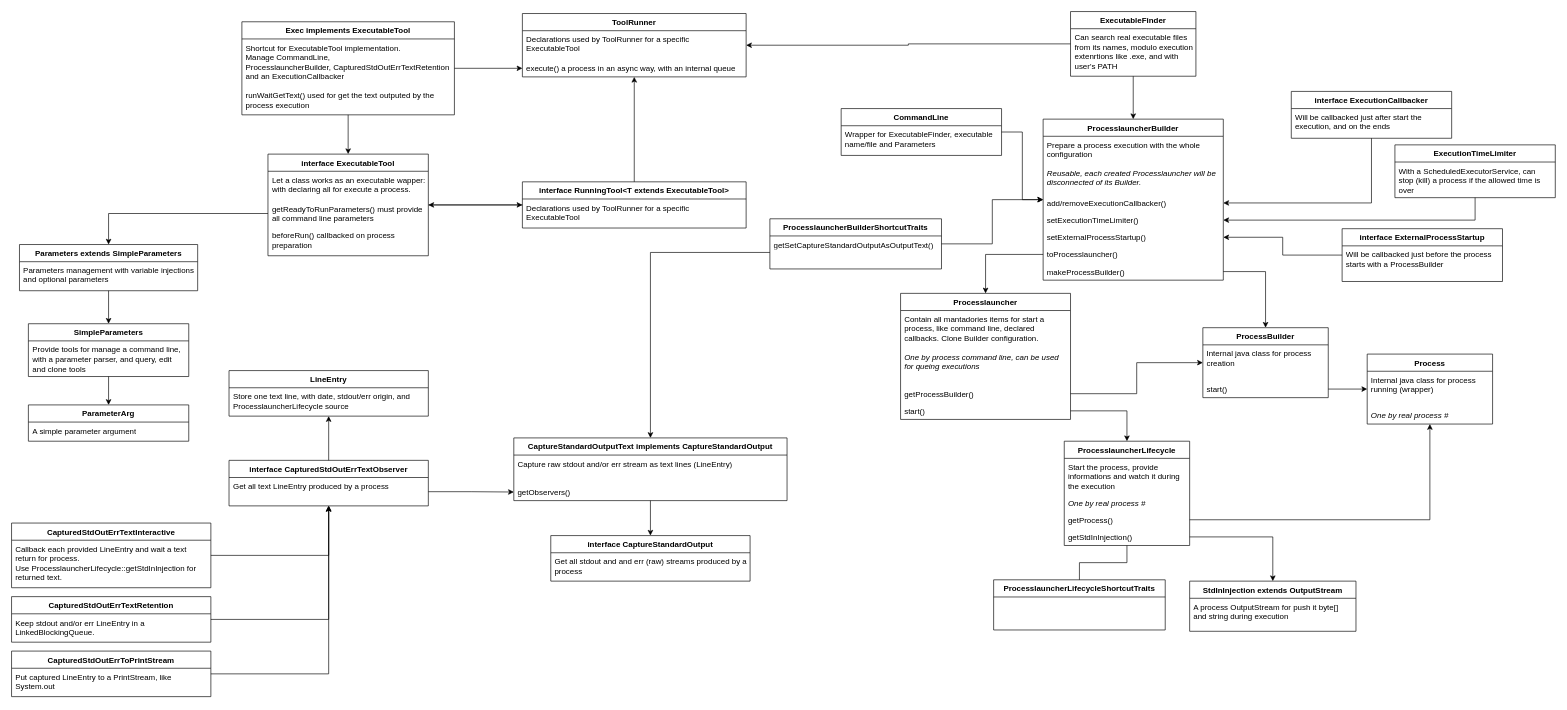
Above: code-organization.drawio in hdsdi3g/processlauncher (draw.io), before the change. Source tidied: cells renumbered, new cells numbered last; positions are measured from the earlier drawing's top-left corner, leaving out a move shared by most shapes. Both pictures are drawn from the tidied source at 66%, with x=0, y=0 at pixel (11, 11).
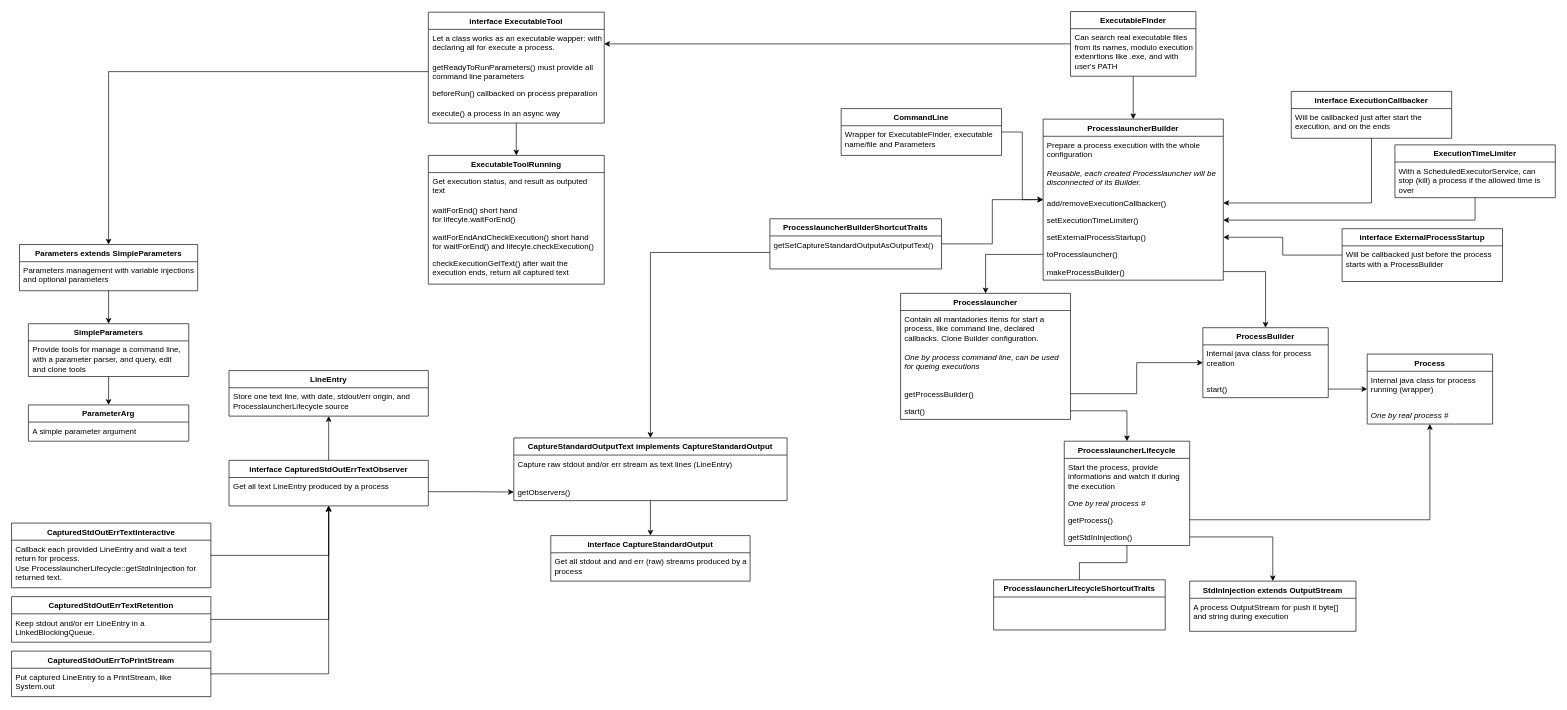
The same page after the edit.

Commit message (it also covers changes not shown here):
Update schematics after #16 refactoring

Unchanged cells that the change refers to:
```xml
<mxCell id="39" value="ExecutableFinder" style="swimlane;fontStyle=1;horizontal=1;startSize=26;fillColor=none;" parent="1" vertex="1">
  <mxGeometry x="1604.5" width="190" height="98" as="geometry" />
</mxCell>
```

The edit, as a diff of the source:
```diff
@@
-    <mxCell id="38" style="edgeStyle=orthogonalEdgeStyle;rounded=0;jettySize=auto;html=1;" parent="1" edge="1" source="39" target="75">
+    <mxCell id="38" style="edgeStyle=orthogonalEdgeStyle;rounded=0;jettySize=auto;html=1;entryX=1;entryY=0.5;entryDx=0;entryDy=0;" parent="1" edge="1" source="39" target="52">
       <mxGeometry relative="1" as="geometry" />
     </mxCell>
@@
-    <mxCell id="50" style="edgeStyle=orthogonalEdgeStyle;rounded=0;jettySize=auto;html=1;" parent="1" edge="1" source="51" target="73">
-      <mxGeometry relative="1" as="geometry" />
-    </mxCell>
+    <mxCell id="104" style="edgeStyle=orthogonalEdgeStyle;rounded=0;jettySize=auto;html=1;" parent="1" edge="1" source="51" target="106">
+      <mxGeometry relative="1" as="geometry" />
+    </mxCell>
     <mxCell id="51" value="interface ExecutableTool" style="swimlane;fontStyle=1;horizontal=1;startSize=26;fillColor=none;" parent="1" vertex="1">
-      <mxGeometry x="388.5" y="216" width="243" height="154" as="geometry" />
+      <mxGeometry x="631.5" y="1" width="266.5" height="168" as="geometry" />
     </mxCell>
     <mxCell id="52" value="Let a class works as an executable wapper: with declaring all for execute a process." style="text;strokeColor=none;fillColor=none;align=left;verticalAlign=top;spacingLeft=4;spacingRight=4;overflow=hidden;points=[[0,0.5],[1,0.5]];portConstraint=eastwest;whiteSpace=wrap;" parent="51" vertex="1">
-      <mxGeometry y="26" width="243" height="44" as="geometry" />
+      <mxGeometry y="26" width="266.5" height="44" as="geometry" />
     </mxCell>
     <mxCell id="53" value="getReadyToRunParameters() must provide all command line parameters" style="text;strokeColor=none;fillColor=none;align=left;verticalAlign=top;spacingLeft=4;spacingRight=4;overflow=hidden;points=[[0,0.5],[1,0.5]];portConstraint=eastwest;whiteSpace=wrap;" parent="51" vertex="1">
-      <mxGeometry y="70" width="243" height="40" as="geometry" />
+      <mxGeometry y="70" width="266.5" height="40" as="geometry" />
     </mxCell>
     <mxCell id="54" value="beforeRun() callbacked on process preparation" style="text;strokeColor=none;fillColor=none;align=left;verticalAlign=top;spacingLeft=4;spacingRight=4;overflow=hidden;whiteSpace=wrap;" parent="51" vertex="1">
-      <mxGeometry y="110" width="243" height="44" as="geometry" />
+      <mxGeometry y="110" width="266.5" height="30" as="geometry" />
     </mxCell>
+    <mxCell id="105" value="execute() a process in an async way" style="text;strokeColor=none;fillColor=none;align=left;verticalAlign=top;spacingLeft=4;spacingRight=4;overflow=hidden;labelBackgroundColor=none;" parent="51" vertex="1">
+      <mxGeometry y="140" width="266.5" height="28" as="geometry" />
+    </mxCell>
@@
-    <mxCell id="67" style="edgeStyle=orthogonalEdgeStyle;rounded=0;jettySize=auto;html=1;" parent="1" edge="1" source="69" target="51">
-      <mxGeometry relative="1" as="geometry" />
-    </mxCell>
-    <mxCell id="68" style="edgeStyle=orthogonalEdgeStyle;rounded=0;jettySize=auto;html=1;" parent="1" edge="1" source="69" target="77">
-      <mxGeometry relative="1" as="geometry" />
-    </mxCell>
-    <mxCell id="69" value="Exec implements ExecutableTool" style="swimlane;fontStyle=1;horizontal=1;startSize=26;fillColor=none;" parent="1" vertex="1">
-      <mxGeometry x="349" y="15.5" width="322" height="141" as="geometry" />
-    </mxCell>
-    <mxCell id="70" value="Shortcut for ExecutableTool implementation.&#10;Manage CommandLine,&#10;ProcesslauncherBuilder, CapturedStdOutErrTextRetention and an ExecutionCallbacker" style="text;strokeColor=none;fillColor=none;align=left;verticalAlign=top;spacingLeft=4;spacingRight=4;overflow=hidden;labelBackgroundColor=none;whiteSpace=wrap;" parent="69" vertex="1">
-      <mxGeometry y="26" width="322" height="72" as="geometry" />
-    </mxCell>
-    <mxCell id="71" value="runWaitGetText() used for get the text outputed by the process execution" style="text;strokeColor=none;fillColor=none;align=left;verticalAlign=top;spacingLeft=4;spacingRight=4;overflow=hidden;whiteSpace=wrap;" parent="69" vertex="1">
-      <mxGeometry y="98" width="322" height="43" as="geometry" />
-    </mxCell>
-    <mxCell id="72" style="edgeStyle=orthogonalEdgeStyle;rounded=0;jettySize=auto;html=1;" parent="1" edge="1" source="73" target="75">
-      <mxGeometry relative="1" as="geometry" />
-    </mxCell>
-    <mxCell id="73" value="interface RunningTool&lt;T extends ExecutableTool&gt;" style="swimlane;fontStyle=1;horizontal=1;startSize=26;fillColor=none;" parent="1" vertex="1">
-      <mxGeometry x="774" y="258" width="339" height="70" as="geometry" />
-    </mxCell>
-    <mxCell id="74" value="Declarations used by ToolRunner for a specific ExecutableTool" style="text;strokeColor=none;fillColor=none;align=left;verticalAlign=top;spacingLeft=4;spacingRight=4;overflow=hidden;whiteSpace=wrap;" parent="73" vertex="1">
-      <mxGeometry y="26" width="339" height="44" as="geometry" />
-    </mxCell>
-    <mxCell id="75" value="ToolRunner" style="swimlane;fontStyle=1;horizontal=1;startSize=26;fillColor=none;" parent="1" vertex="1">
-      <mxGeometry x="774" y="3" width="339" height="96" as="geometry" />
-    </mxCell>
-    <mxCell id="76" value="Declarations used by ToolRunner for a specific ExecutableTool" style="text;strokeColor=none;fillColor=none;align=left;verticalAlign=top;spacingLeft=4;spacingRight=4;overflow=hidden;whiteSpace=wrap;" parent="75" vertex="1">
-      <mxGeometry y="26" width="339" height="44" as="geometry" />
-    </mxCell>
-    <mxCell id="77" value="execute() a process in an async way, with an internal queue" style="text;strokeColor=none;fillColor=none;align=left;verticalAlign=top;spacingLeft=4;spacingRight=4;overflow=hidden;points=[[0,0.5],[1,0.5]];portConstraint=eastwest;labelBackgroundColor=none;" parent="75" vertex="1">
-      <mxGeometry y="70" width="339" height="26" as="geometry" />
-    </mxCell>
-    <mxCell id="78" style="edgeStyle=orthogonalEdgeStyle;rounded=0;jettySize=auto;html=1;" parent="1" edge="1" source="73" target="51">
-      <mxGeometry relative="1" as="geometry" />
-    </mxCell>
@@
+    <mxCell id="106" value="ExecutableToolRunning" style="swimlane;fontStyle=1;horizontal=1;startSize=26;fillColor=none;" parent="1" vertex="1">
+      <mxGeometry x="631.5" y="218" width="266.5" height="195" as="geometry" />
+    </mxCell>
+    <mxCell id="107" value="Get execution status, and result as outputed text" style="text;strokeColor=none;fillColor=none;align=left;verticalAlign=top;spacingLeft=4;spacingRight=4;overflow=hidden;whiteSpace=wrap;" parent="106" vertex="1">
+      <mxGeometry y="26" width="266.5" height="44" as="geometry" />
+    </mxCell>
+    <mxCell id="108" value="waitForEnd() short hand for lifecyle.waitForEnd()" style="text;strokeColor=none;fillColor=none;align=left;verticalAlign=top;spacingLeft=4;spacingRight=4;overflow=hidden;whiteSpace=wrap;" parent="106" vertex="1">
+      <mxGeometry y="70" width="266.5" height="40" as="geometry" />
+    </mxCell>
+    <mxCell id="109" value="waitForEndAndCheckExecution() short hand for waitForEnd() and lifecyle.checkExecution()" style="text;strokeColor=none;fillColor=none;align=left;verticalAlign=top;spacingLeft=4;spacingRight=4;overflow=hidden;whiteSpace=wrap;" parent="106" vertex="1">
+      <mxGeometry y="110" width="266.5" height="40" as="geometry" />
+    </mxCell>
+    <mxCell id="110" value="checkExecutionGetText() after wait the execution ends, return all captured text" style="text;strokeColor=none;fillColor=none;align=left;verticalAlign=top;spacingLeft=4;spacingRight=4;overflow=hidden;labelBackgroundColor=none;whiteSpace=wrap;" parent="106" vertex="1">
+      <mxGeometry y="150" width="266.5" height="45" as="geometry" />
+    </mxCell>
```
